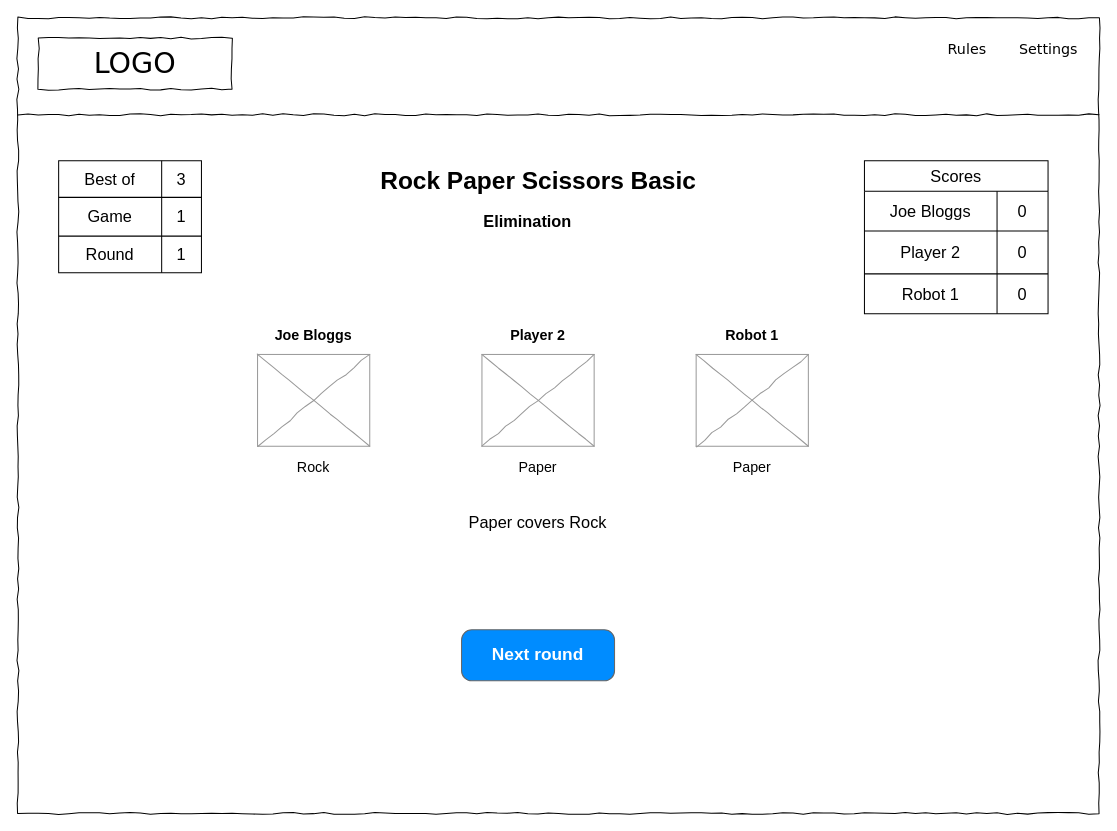
Before: page "round-result-large" (6 of 15) of design/rps-xtreme.drawio in ibuttimer/rock-paper-scissors-xtreme, a draw.io diagram. Source tidied: cells renumbered, new cells numbered last; positions are measured from the earlier drawing's top-left corner, leaving out a move shared by most shapes. Both pictures are drawn from the tidied source at 102%, with x=0, y=0 at pixel (17, 17).
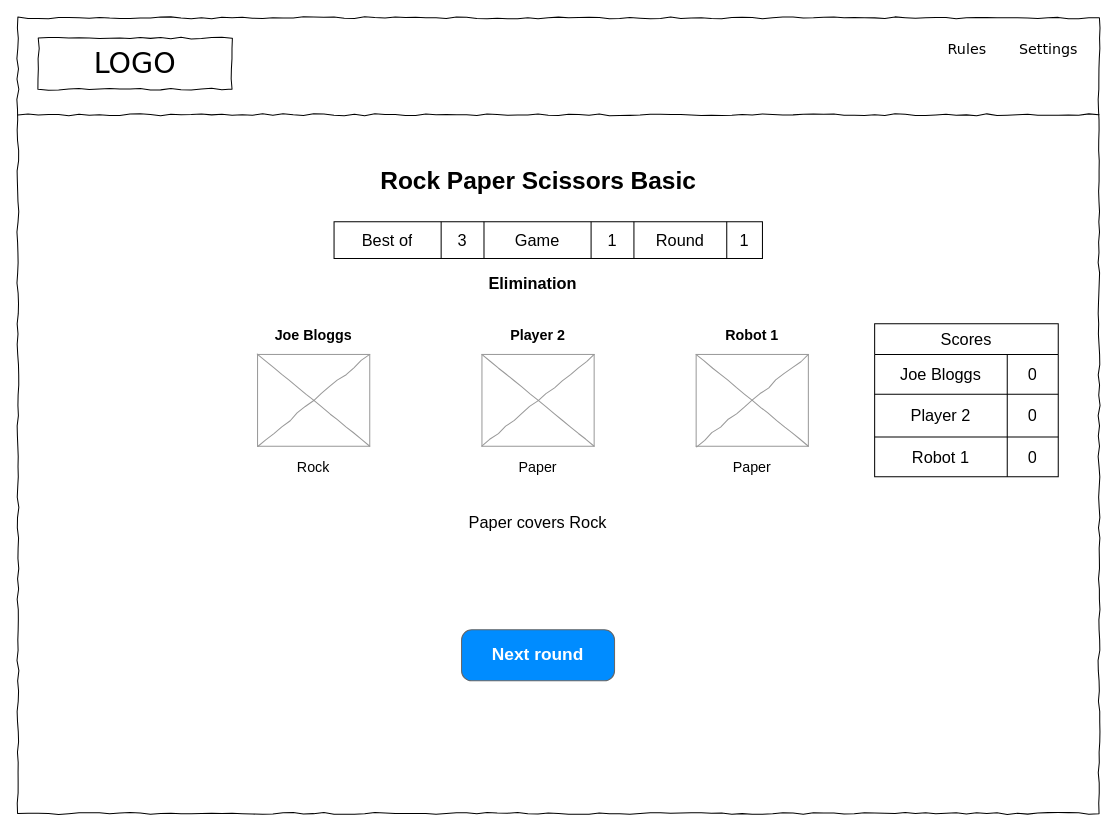
The same page after the edit.

What changed in the source:
```diff
@@
     <mxCell id="19" value="Scores" style="shape=table;html=1;whiteSpace=wrap;startSize=30;childLayout=tableLayout;fontSize=16;" parent="1" vertex="1">
-      <mxGeometry x="830" y="140" width="180" height="150" as="geometry" />
+      <mxGeometry x="840" y="300" width="180" height="150" as="geometry" />
     </mxCell>
@@
     <mxCell id="29" value="&lt;b style=&quot;&quot;&gt;&lt;font style=&quot;font-size: 16px;&quot;&gt;Elimination&lt;/font&gt;&lt;/b&gt;" style="text;html=1;strokeColor=none;fillColor=none;align=center;verticalAlign=middle;whiteSpace=wrap;overflow=hidden;" parent="1" vertex="1">
-      <mxGeometry x="340" y="180" width="320" height="40" as="geometry" />
+      <mxGeometry x="345" y="240" width="320" height="40" as="geometry" />
     </mxCell>
-    <mxCell id="30" style="shape=table;html=1;whiteSpace=wrap;startSize=0;childLayout=tableLayout;fontSize=16;" parent="1" vertex="1">
-      <mxGeometry x="40" y="140" width="140" height="110" as="geometry" />
-    </mxCell>
-    <mxCell id="31" style="shape=tableRow;horizontal=0;startSize=0;swimlaneHead=0;swimlaneBody=0;top=0;left=0;bottom=0;right=0;fillColor=none;fontSize=16;" parent="30" vertex="1">
-      <mxGeometry width="140" height="36" as="geometry" />
-    </mxCell>
+    <mxCell id="40" style="shape=table;html=1;whiteSpace=wrap;startSize=0;childLayout=tableLayout;fontSize=16;" parent="1" vertex="1">
+      <mxGeometry x="310" y="200" width="420" height="36" as="geometry" />
+    </mxCell>
+    <mxCell id="41" style="shape=tableRow;horizontal=0;startSize=0;swimlaneHead=0;swimlaneBody=0;top=0;left=0;bottom=0;right=0;fillColor=none;fontSize=16;" parent="40" vertex="1">
+      <mxGeometry width="420" height="36" as="geometry" />
+    </mxCell>
-    <mxCell id="32" value="Best of" style="shape=partialRectangle;html=1;whiteSpace=wrap;fillColor=none;top=0;left=0;bottom=0;right=0;overflow=hidden;fontSize=16;" parent="31" vertex="1">
-      <mxGeometry width="101" height="36" as="geometry" />
+    <mxCell id="32" value="Best of" style="shape=partialRectangle;html=1;whiteSpace=wrap;fillColor=none;top=0;left=0;bottom=0;right=0;overflow=hidden;fontSize=16;" parent="41" vertex="1">
+      <mxGeometry width="105" height="36" as="geometry" />
     </mxCell>
-    <mxCell id="33" value="3" style="shape=partialRectangle;html=1;whiteSpace=wrap;fillColor=none;top=0;left=0;bottom=0;right=0;overflow=hidden;fontSize=16;" parent="31" vertex="1">
-      <mxGeometry x="101" width="39" height="36" as="geometry" />
+    <mxCell id="33" value="3" style="shape=partialRectangle;html=1;whiteSpace=wrap;fillColor=none;top=0;left=0;bottom=0;right=0;overflow=hidden;fontSize=16;" parent="41" vertex="1">
+      <mxGeometry x="105" width="42" height="36" as="geometry" />
     </mxCell>
-    <mxCell id="34" style="shape=tableRow;horizontal=0;startSize=0;swimlaneHead=0;swimlaneBody=0;top=0;left=0;bottom=0;right=0;fillColor=none;fontSize=16;" parent="30" vertex="1">
-      <mxGeometry y="36" width="140" height="38" as="geometry" />
-    </mxCell>
-    <mxCell id="35" value="Game" style="shape=partialRectangle;html=1;whiteSpace=wrap;fillColor=none;top=0;left=0;bottom=0;right=0;overflow=hidden;fontSize=16;" parent="34" vertex="1">
-      <mxGeometry width="101" height="38" as="geometry" />
+    <mxCell id="35" value="Game" style="shape=partialRectangle;html=1;whiteSpace=wrap;fillColor=none;top=0;left=0;bottom=0;right=0;overflow=hidden;fontSize=16;" parent="41" vertex="1">
+      <mxGeometry x="147" width="105" height="36" as="geometry" />
     </mxCell>
-    <mxCell id="36" value="1" style="shape=partialRectangle;html=1;whiteSpace=wrap;fillColor=none;top=0;left=0;bottom=0;right=0;overflow=hidden;fontSize=16;" parent="34" vertex="1">
-      <mxGeometry x="101" width="39" height="38" as="geometry" />
-    </mxCell>
-    <mxCell id="37" style="shape=tableRow;horizontal=0;startSize=0;swimlaneHead=0;swimlaneBody=0;top=0;left=0;bottom=0;right=0;fillColor=none;fontSize=16;" parent="30" vertex="1">
-      <mxGeometry y="74" width="140" height="36" as="geometry" />
-    </mxCell>
+    <mxCell id="42" value="1" style="shape=partialRectangle;html=1;whiteSpace=wrap;fillColor=none;top=0;left=0;bottom=0;right=0;overflow=hidden;fontSize=16;" parent="41" vertex="1">
+      <mxGeometry x="252" width="42" height="36" as="geometry" />
+    </mxCell>
-    <mxCell id="38" value="Round" style="shape=partialRectangle;html=1;whiteSpace=wrap;fillColor=none;top=0;left=0;bottom=0;right=0;overflow=hidden;fontSize=16;" parent="37" vertex="1">
-      <mxGeometry width="101" height="36" as="geometry" />
+    <mxCell id="38" value="Round" style="shape=partialRectangle;html=1;whiteSpace=wrap;fillColor=none;top=0;left=0;bottom=0;right=0;overflow=hidden;fontSize=16;" parent="41" vertex="1">
+      <mxGeometry x="294" width="91" height="36" as="geometry" />
     </mxCell>
-    <mxCell id="39" value="1" style="shape=partialRectangle;html=1;whiteSpace=wrap;fillColor=none;top=0;left=0;bottom=0;right=0;overflow=hidden;fontSize=16;" parent="37" vertex="1">
-      <mxGeometry x="101" width="39" height="36" as="geometry" />
-    </mxCell>
+    <mxCell id="43" value="1" style="shape=partialRectangle;html=1;whiteSpace=wrap;fillColor=none;top=0;left=0;bottom=0;right=0;overflow=hidden;fontSize=16;" parent="41" vertex="1">
+      <mxGeometry x="385" width="35" height="36" as="geometry" />
+    </mxCell>
```
